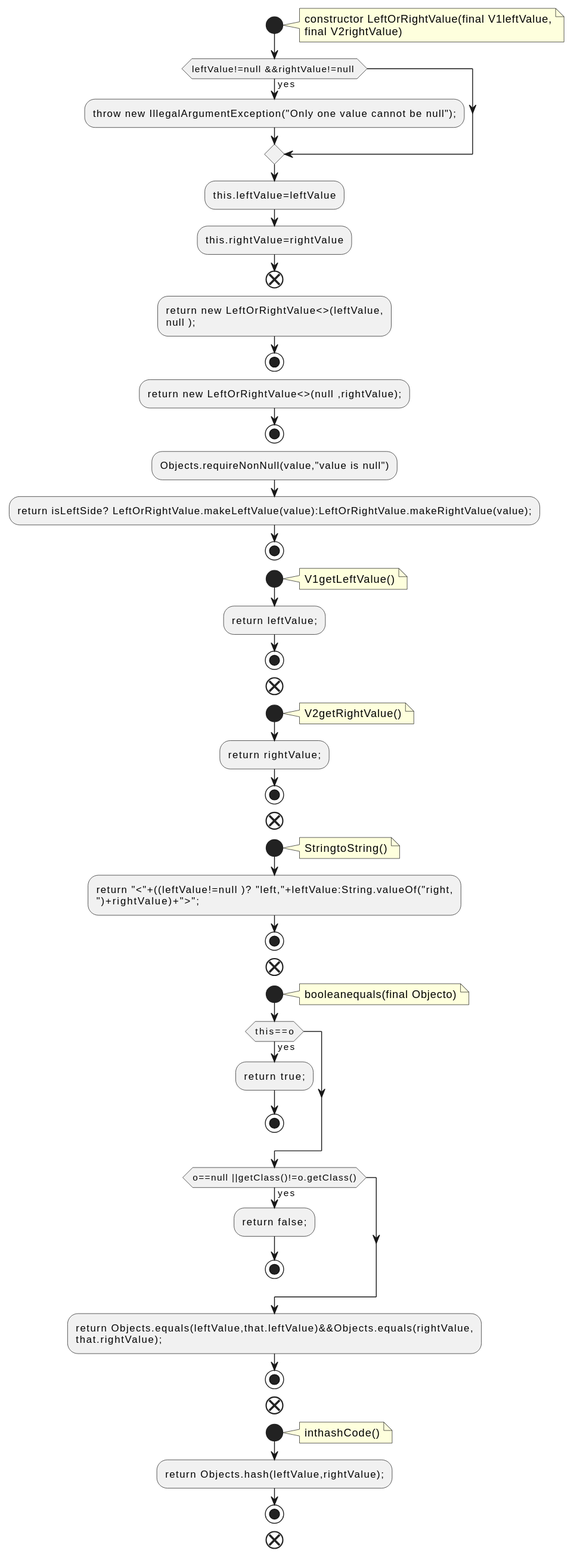
This is docs/qc/streams/src/main/java/org/apache/kafka/streams/state/internals/LeftOrRightValue.java.fct.svg from qualitesys/kafka, a PlantUML export, as it was before one commit.
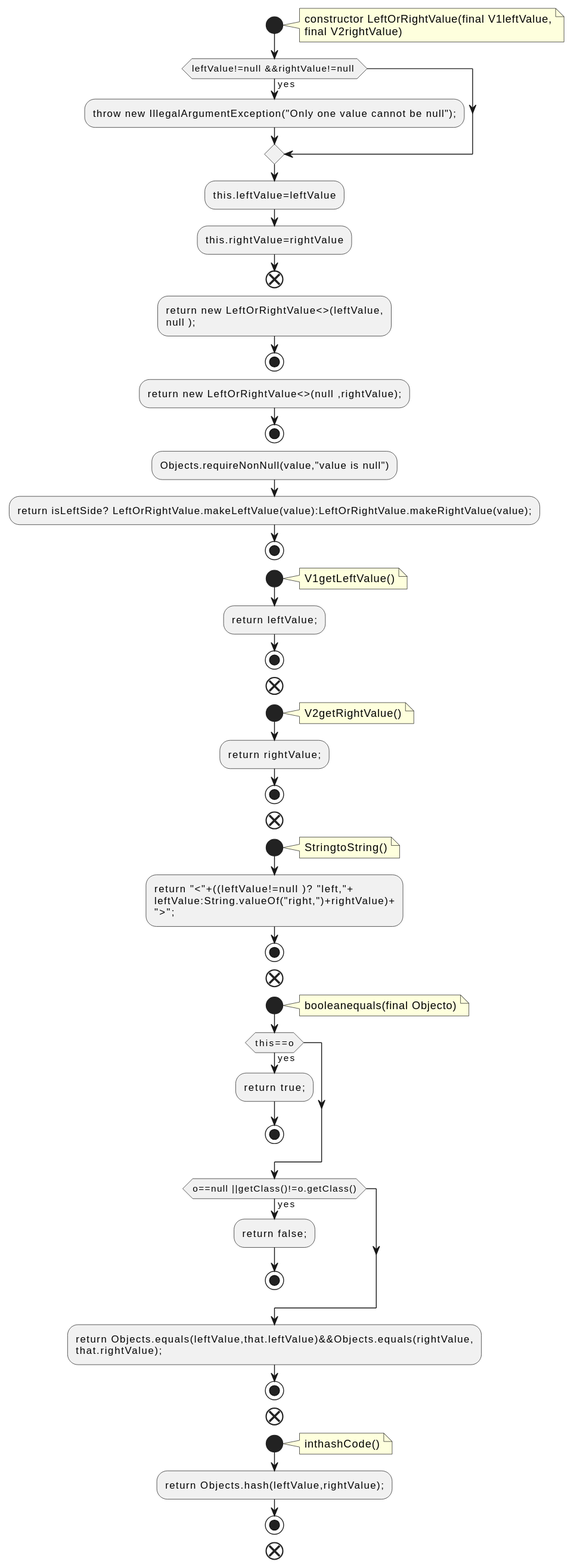
After the commit.

Diff of the diagram source:
```diff
@@ -37,8 +37,9 @@
 note right
 StringtoString()
 end note
-:return "<"+((leftValue!=null )? "left,"+leftValue:String.valueOf("right,
-")+rightValue)+">";;
+:return "<"+((leftValue!=null )? "left,"+
+leftValue:String.valueOf("right,")+rightValue)+
+">";;
 stop
 end
 start
```
